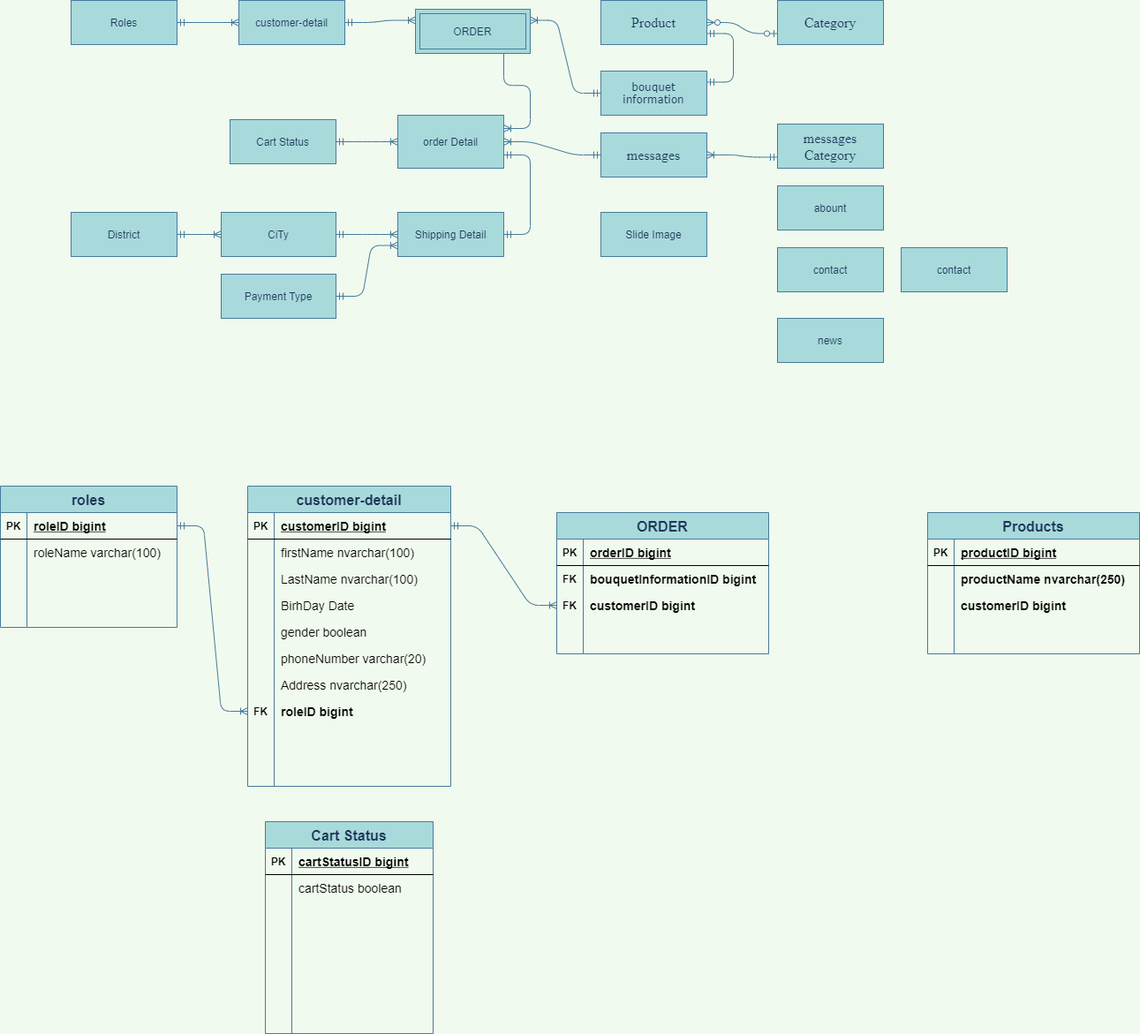
This is Untitled Diagram.png from maialino123/Eproject-SEM3, a draw.io export, as it was before one commit. Source tidied: cells renumbered, new cells last; positions are measured from the earlier drawing's top-left corner, leaving out a move shared by most shapes.
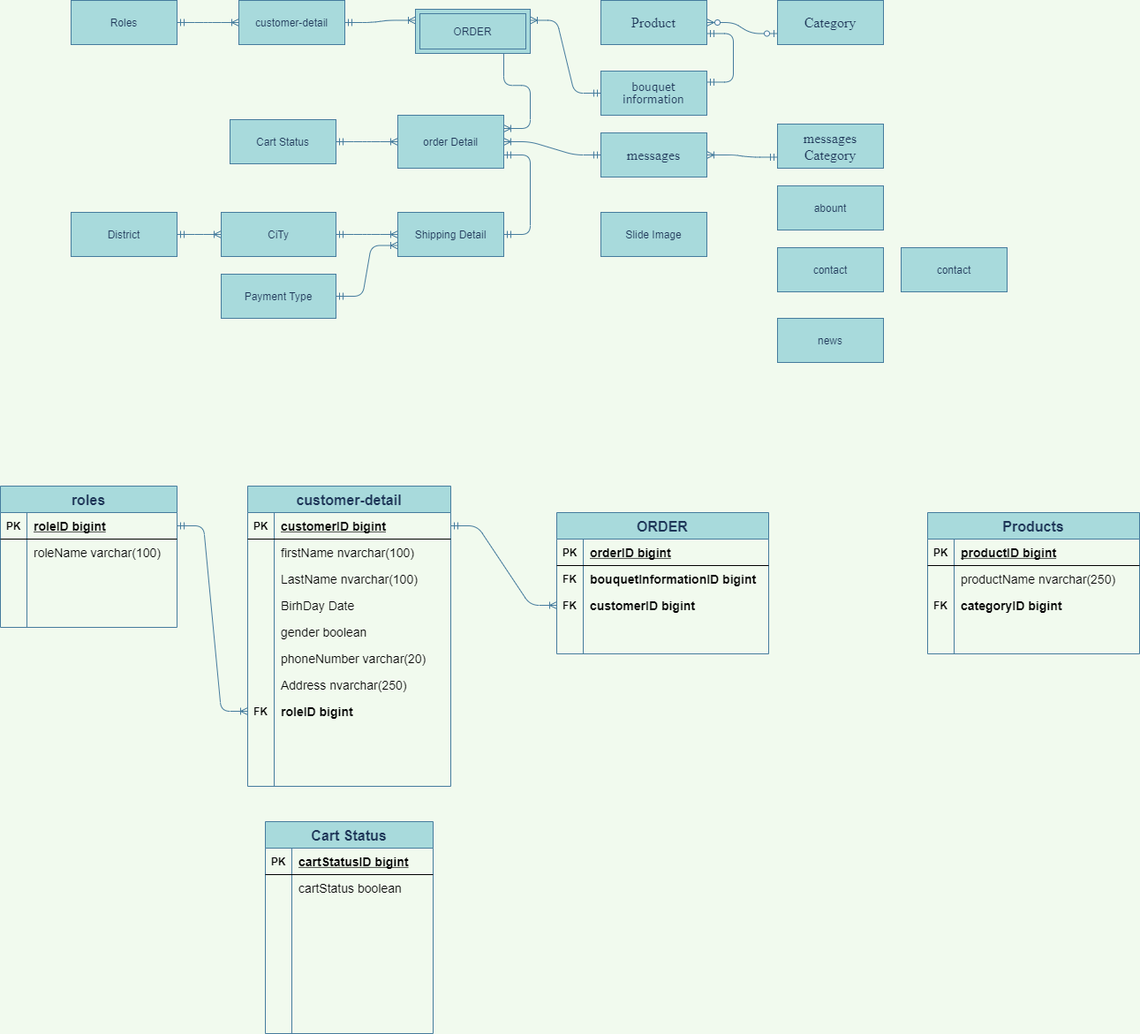
After the change.

The edit, as a diff of the source:
```diff
@@ -341,16 +341,16 @@
     <mxCell id="114" style="shape=partialRectangle;fillColor=none;top=0;left=0;bottom=0;right=0;overflow=hidden;fontStyle=1;" parent="113" vertex="1">
       <mxGeometry width="30" height="30" as="geometry" />
     </mxCell>
-    <mxCell id="115" value="productName nvarchar(250)" style="shape=partialRectangle;fillColor=none;top=0;left=0;bottom=0;right=0;align=left;spacingLeft=6;overflow=hidden;fontSize=14;fontStyle=1;" parent="113" vertex="1">
+    <mxCell id="115" value="productName nvarchar(250)" style="shape=partialRectangle;fillColor=none;top=0;left=0;bottom=0;right=0;align=left;spacingLeft=6;overflow=hidden;fontSize=14;fontStyle=0;" parent="113" vertex="1">
       <mxGeometry x="30" width="210" height="30" as="geometry" />
     </mxCell>
     <mxCell id="116" style="shape=partialRectangle;fillColor=none;top=0;left=0;bottom=0;right=0;" parent="109" vertex="1">
       <mxGeometry y="90" width="240" height="30" as="geometry" />
     </mxCell>
-    <mxCell id="117" style="shape=partialRectangle;fillColor=none;top=0;left=0;bottom=0;right=0;overflow=hidden;fontStyle=1;" parent="116" vertex="1">
+    <mxCell id="117" value="FK" style="shape=partialRectangle;fillColor=none;top=0;left=0;bottom=0;right=0;overflow=hidden;fontStyle=1;" parent="116" vertex="1">
       <mxGeometry width="30" height="30" as="geometry" />
     </mxCell>
-    <mxCell id="118" value="customerID bigint" style="shape=partialRectangle;fillColor=none;top=0;left=0;bottom=0;right=0;align=left;spacingLeft=6;overflow=hidden;fontSize=14;fontStyle=1;" parent="116" vertex="1">
+    <mxCell id="118" value="categoryID bigint" style="shape=partialRectangle;fillColor=none;top=0;left=0;bottom=0;right=0;align=left;spacingLeft=6;overflow=hidden;fontSize=14;fontStyle=1;" parent="116" vertex="1">
       <mxGeometry x="30" width="210" height="30" as="geometry" />
     </mxCell>
     <mxCell id="119" style="shape=partialRectangle;fillColor=none;top=0;left=0;bottom=0;right=0;" parent="109" vertex="1">
```
